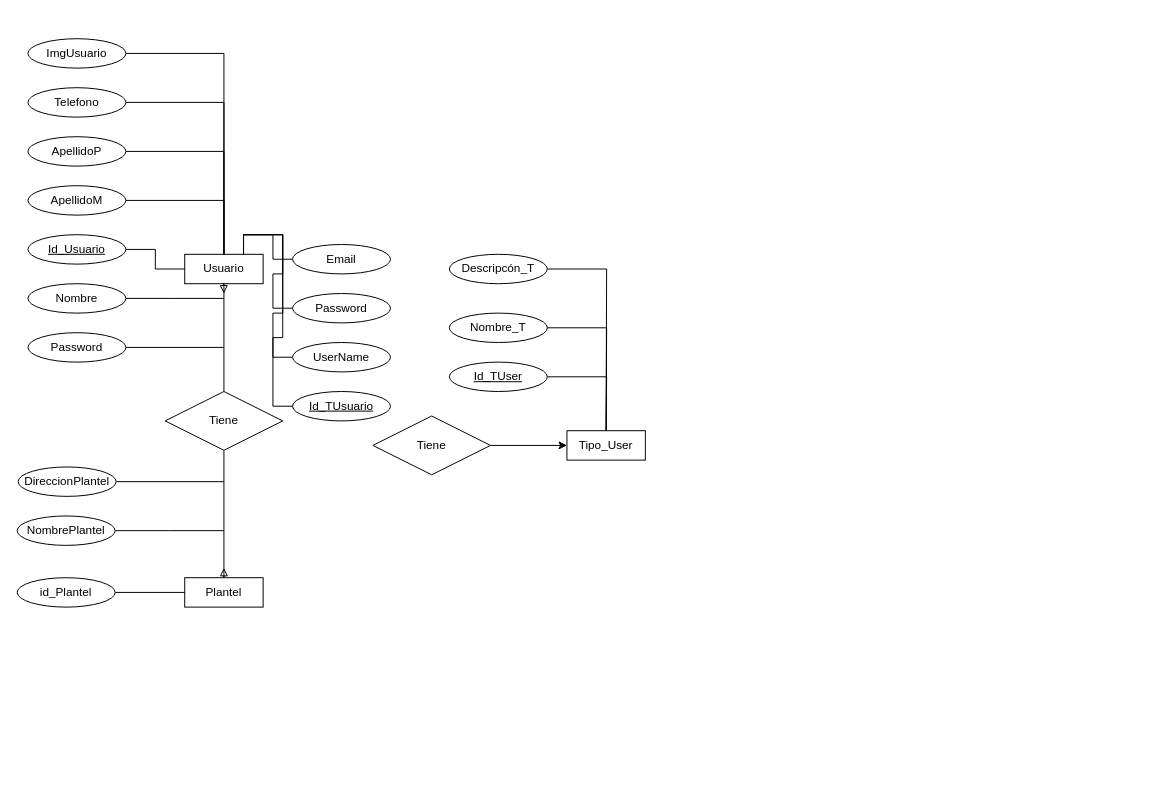
This is NewProyectoBD.drawio from edpedraza-epl/ProyectoDB, a draw.io file, before an edit. Source tidied: cells renumbered, new cells numbered last; positions are measured from the earlier drawing's top-left corner, leaving out a move shared by most shapes. Both pictures are drawn from the tidied source at 98%, with x=0, y=0 at pixel (17, 38).
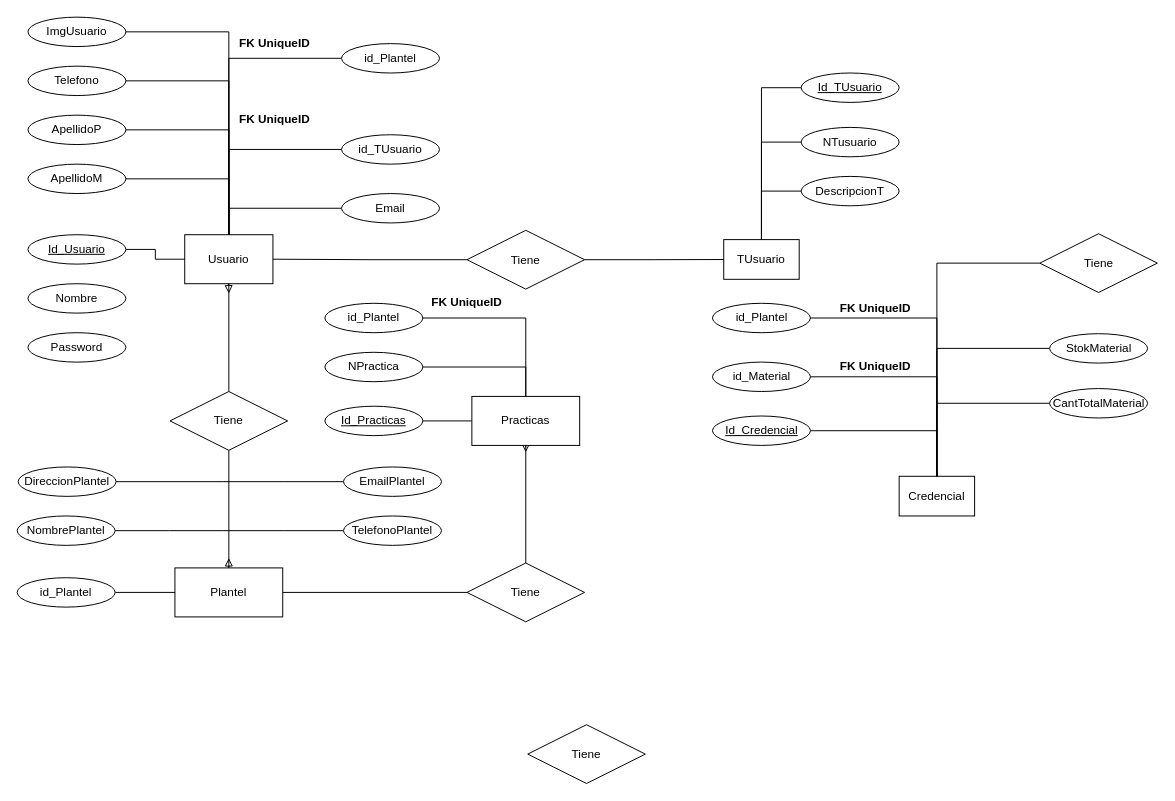
Above is the later version.

Unchanged cells that the change refers to:
```xml
<mxCell id="6" value="Nombre" style="ellipse;whiteSpace=wrap;html=1;align=center;" parent="1" vertex="1">
  <mxGeometry x="11" y="250" width="100" height="30" as="geometry" />
</mxCell>
<mxCell id="33" value="Password" style="ellipse;whiteSpace=wrap;html=1;align=center;" parent="1" vertex="1">
  <mxGeometry x="11" y="300" width="100" height="30" as="geometry" />
</mxCell>
```

The edit, as a diff of the source:
```diff
@@
     <mxCell id="2" value="Usuario" style="whiteSpace=wrap;html=1;align=center;" parent="1" vertex="1">
-      <mxGeometry x="171" y="220" width="80" height="30" as="geometry" />
+      <mxGeometry x="171" y="200" width="90" height="50" as="geometry" />
     </mxCell>
@@
-    <mxCell id="5" style="edgeStyle=orthogonalEdgeStyle;rounded=0;jettySize=auto;html=1;endArrow=none;startFill=0;" parent="1" edge="1" source="6">
-      <mxGeometry relative="1" as="geometry">
-        <mxPoint x="211" y="265" as="targetPoint" />
-      </mxGeometry>
-    </mxCell>
@@
     <mxCell id="8" value="ApellidoM" style="ellipse;whiteSpace=wrap;html=1;align=center;" parent="1" vertex="1">
-      <mxGeometry x="11" y="150" width="100" height="30" as="geometry" />
+      <mxGeometry x="11" y="128" width="100" height="30" as="geometry" />
     </mxCell>
@@
     <mxCell id="10" value="ApellidoP" style="ellipse;whiteSpace=wrap;html=1;align=center;" parent="1" vertex="1">
-      <mxGeometry x="11" y="100" width="100" height="30" as="geometry" />
+      <mxGeometry x="11" y="78" width="100" height="30" as="geometry" />
     </mxCell>
-    <mxCell id="11" style="edgeStyle=orthogonalEdgeStyle;rounded=0;jettySize=auto;html=1;entryX=0.75;entryY=0;entryDx=0;entryDy=0;endArrow=none;startFill=0;" parent="1" edge="1" source="12" target="2">
-      <mxGeometry relative="1" as="geometry" />
-    </mxCell>
+    <mxCell id="46" style="edgeStyle=orthogonalEdgeStyle;rounded=0;jettySize=auto;html=1;entryX=0.5;entryY=0;entryDx=0;entryDy=0;endArrow=none;startFill=0;" parent="1" edge="1" source="12" target="67">
+      <mxGeometry relative="1" as="geometry" />
+    </mxCell>
-    <mxCell id="12" value="Password" style="ellipse;whiteSpace=wrap;html=1;align=center;" parent="1" vertex="1">
-      <mxGeometry x="281" y="260" width="100" height="30" as="geometry" />
+    <mxCell id="12" value="id_Plantel" style="ellipse;whiteSpace=wrap;html=1;align=center;" parent="1" vertex="1">
+      <mxGeometry x="314" y="270" width="100" height="30" as="geometry" />
     </mxCell>
-    <mxCell id="13" style="edgeStyle=orthogonalEdgeStyle;rounded=0;jettySize=auto;html=1;entryX=0.75;entryY=0;entryDx=0;entryDy=0;endArrow=none;startFill=0;" parent="1" edge="1" source="14" target="2">
-      <mxGeometry relative="1" as="geometry" />
-    </mxCell>
+    <mxCell id="47" style="edgeStyle=orthogonalEdgeStyle;rounded=0;jettySize=auto;html=1;entryX=0.5;entryY=0;entryDx=0;entryDy=0;endArrow=none;startFill=0;" parent="1" edge="1" source="14" target="67">
+      <mxGeometry relative="1" as="geometry" />
+    </mxCell>
-    <mxCell id="14" value="UserName" style="ellipse;whiteSpace=wrap;html=1;align=center;" parent="1" vertex="1">
-      <mxGeometry x="281" y="310" width="100" height="30" as="geometry" />
+    <mxCell id="14" value="NPractica" style="ellipse;whiteSpace=wrap;html=1;align=center;" parent="1" vertex="1">
+      <mxGeometry x="314" y="320" width="100" height="30" as="geometry" />
     </mxCell>
-    <mxCell id="15" style="edgeStyle=orthogonalEdgeStyle;rounded=0;jettySize=auto;html=1;entryX=0.75;entryY=0;entryDx=0;entryDy=0;endArrow=none;startFill=0;" parent="1" edge="1" source="16" target="2">
-      <mxGeometry relative="1" as="geometry" />
-    </mxCell>
+    <mxCell id="48" style="edgeStyle=orthogonalEdgeStyle;rounded=0;jettySize=auto;html=1;entryX=0;entryY=0.5;entryDx=0;entryDy=0;startArrow=none;startFill=0;endArrow=none;" parent="1" edge="1" source="16" target="67">
+      <mxGeometry relative="1" as="geometry" />
+    </mxCell>
-    <mxCell id="16" value="Id_TUsuario" style="ellipse;whiteSpace=wrap;html=1;align=center;fontStyle=4;" parent="1" vertex="1">
-      <mxGeometry x="281" y="360" width="100" height="30" as="geometry" />
+    <mxCell id="16" value="Id_Practicas" style="ellipse;whiteSpace=wrap;html=1;align=center;fontStyle=4;" parent="1" vertex="1">
+      <mxGeometry x="314" y="375" width="100" height="30" as="geometry" />
     </mxCell>
-    <mxCell id="17" style="edgeStyle=orthogonalEdgeStyle;rounded=0;jettySize=auto;html=1;entryX=0.75;entryY=0;entryDx=0;entryDy=0;endArrow=none;startFill=0;" parent="1" edge="1" source="18" target="2">
+    <mxCell id="17" style="edgeStyle=orthogonalEdgeStyle;rounded=0;jettySize=auto;html=1;entryX=0.5;entryY=0;entryDx=0;entryDy=0;endArrow=none;startFill=0;" parent="1" edge="1" source="18" target="2">
       <mxGeometry relative="1" as="geometry" />
     </mxCell>
     <mxCell id="18" value="Email" style="ellipse;whiteSpace=wrap;html=1;align=center;" parent="1" vertex="1">
-      <mxGeometry x="281" y="210" width="100" height="30" as="geometry" />
+      <mxGeometry x="331" y="158" width="100" height="30" as="geometry" />
     </mxCell>
-    <mxCell id="19" value="Tipo_User" style="whiteSpace=wrap;html=1;align=center;" parent="1" vertex="1">
-      <mxGeometry x="561" y="400" width="80" height="30" as="geometry" />
+    <mxCell id="19" value="TUsuario" style="whiteSpace=wrap;html=1;align=center;" parent="1" vertex="1">
+      <mxGeometry x="721" y="205" width="77" height="40.5" as="geometry" />
     </mxCell>
-    <mxCell id="20" style="edgeStyle=orthogonalEdgeStyle;rounded=0;jettySize=auto;html=1;entryX=0.5;entryY=0;entryDx=0;entryDy=0;endArrow=none;startFill=0;" parent="1" edge="1" source="21">
-      <mxGeometry relative="1" as="geometry">
-        <mxPoint x="601" y="400" as="targetPoint" />
-      </mxGeometry>
-    </mxCell>
+    <mxCell id="49" style="edgeStyle=orthogonalEdgeStyle;rounded=0;jettySize=auto;html=1;endArrow=none;startFill=0;" parent="1" edge="1" source="21" target="19">
+      <mxGeometry relative="1" as="geometry" />
+    </mxCell>
-    <mxCell id="21" value="Id_TUser" style="ellipse;whiteSpace=wrap;html=1;align=center;fontStyle=4;" parent="1" vertex="1">
-      <mxGeometry x="441" y="330" width="100" height="30" as="geometry" />
+    <mxCell id="21" value="Id_TUsuario" style="ellipse;whiteSpace=wrap;html=1;align=center;fontStyle=4;" parent="1" vertex="1">
+      <mxGeometry x="800" y="35" width="100" height="30" as="geometry" />
     </mxCell>
-    <mxCell id="22" style="edgeStyle=orthogonalEdgeStyle;rounded=0;jettySize=auto;html=1;entryX=0.5;entryY=0;entryDx=0;entryDy=0;endArrow=none;startFill=0;" parent="1" edge="1" source="23">
-      <mxGeometry relative="1" as="geometry">
-        <mxPoint x="601" y="400" as="targetPoint" />
-      </mxGeometry>
-    </mxCell>
+    <mxCell id="50" style="edgeStyle=orthogonalEdgeStyle;rounded=0;jettySize=auto;html=1;endArrow=none;startFill=0;" parent="1" edge="1" source="23" target="19">
+      <mxGeometry relative="1" as="geometry" />
+    </mxCell>
-    <mxCell id="23" value="Nombre_T" style="ellipse;whiteSpace=wrap;html=1;align=center;" parent="1" vertex="1">
-      <mxGeometry x="441" y="280" width="100" height="30" as="geometry" />
+    <mxCell id="23" value="NTusuario" style="ellipse;whiteSpace=wrap;html=1;align=center;" parent="1" vertex="1">
+      <mxGeometry x="800" y="90.5" width="100" height="30" as="geometry" />
     </mxCell>
-    <mxCell id="24" style="edgeStyle=orthogonalEdgeStyle;rounded=0;jettySize=auto;html=1;entryX=0.5;entryY=0;entryDx=0;entryDy=0;endArrow=none;startFill=0;" parent="1" edge="1" source="25">
-      <mxGeometry relative="1" as="geometry">
-        <mxPoint x="601" y="400" as="targetPoint" />
-      </mxGeometry>
-    </mxCell>
+    <mxCell id="51" style="edgeStyle=orthogonalEdgeStyle;rounded=0;jettySize=auto;html=1;entryX=0.5;entryY=0;entryDx=0;entryDy=0;endArrow=none;startFill=0;" parent="1" edge="1" source="25" target="19">
+      <mxGeometry relative="1" as="geometry" />
+    </mxCell>
-    <mxCell id="25" value="Descripcón_T" style="ellipse;whiteSpace=wrap;html=1;align=center;" parent="1" vertex="1">
-      <mxGeometry x="441" y="220" width="100" height="30" as="geometry" />
+    <mxCell id="25" value="DescripcionT" style="ellipse;whiteSpace=wrap;html=1;align=center;" parent="1" vertex="1">
+      <mxGeometry x="800" y="140.5" width="100" height="30" as="geometry" />
     </mxCell>
-    <mxCell id="26" style="edgeStyle=orthogonalEdgeStyle;rounded=0;jettySize=auto;html=1;" parent="1" edge="1" source="27" target="19">
+    <mxCell id="26" style="edgeStyle=orthogonalEdgeStyle;rounded=0;jettySize=auto;html=1;endArrow=none;startFill=0;" parent="1" edge="1" source="27" target="19">
       <mxGeometry relative="1" as="geometry" />
     </mxCell>
+    <mxCell id="52" style="edgeStyle=orthogonalEdgeStyle;rounded=0;jettySize=auto;html=1;entryX=1;entryY=0.5;entryDx=0;entryDy=0;endArrow=none;startFill=0;" parent="1" edge="1" source="27" target="2">
+      <mxGeometry relative="1" as="geometry" />
+    </mxCell>
     <mxCell id="27" value="Tiene" style="shape=rhombus;perimeter=rhombusPerimeter;whiteSpace=wrap;html=1;align=center;" parent="1" vertex="1">
-      <mxGeometry x="363" y="385" width="120" height="60" as="geometry" />
+      <mxGeometry x="459" y="195.5" width="120" height="60" as="geometry" />
     </mxCell>
@@
     <mxCell id="29" value="ImgUsuario" style="ellipse;whiteSpace=wrap;html=1;align=center;" parent="1" vertex="1">
-      <mxGeometry x="11" width="100" height="30" as="geometry" />
+      <mxGeometry x="11" y="-22" width="100" height="30" as="geometry" />
     </mxCell>
@@
     <mxCell id="31" value="Telefono" style="ellipse;whiteSpace=wrap;html=1;align=center;" parent="1" vertex="1">
-      <mxGeometry x="11" y="50" width="100" height="30" as="geometry" />
+      <mxGeometry x="11" y="28" width="100" height="30" as="geometry" />
     </mxCell>
-    <mxCell id="32" style="edgeStyle=orthogonalEdgeStyle;rounded=0;jettySize=auto;html=1;endArrow=none;startFill=0;" parent="1" edge="1" source="33">
-      <mxGeometry relative="1" as="geometry">
-        <mxPoint x="211" y="315" as="targetPoint" />
-      </mxGeometry>
-    </mxCell>
@@
     <mxCell id="34" style="edgeStyle=orthogonalEdgeStyle;rounded=0;orthogonalLoop=1;jettySize=auto;html=1;endArrow=block;endFill=0;startFill=0;" parent="1" edge="1">
       <mxGeometry relative="1" as="geometry">
-        <mxPoint x="210.8" y="250" as="sourcePoint" />
-        <mxPoint x="211" y="260" as="targetPoint" />
+        <mxPoint x="215.8" y="250" as="sourcePoint" />
+        <mxPoint x="216" y="260" as="targetPoint" />
       </mxGeometry>
     </mxCell>
+    <mxCell id="36" style="edgeStyle=orthogonalEdgeStyle;rounded=0;jettySize=auto;html=1;endArrow=none;startFill=0;entryX=0.5;entryY=1;entryDx=0;entryDy=0;" parent="1" edge="1" source="37" target="2">
+      <mxGeometry relative="1" as="geometry" />
+    </mxCell>
@@
-    <mxCell id="36" style="edgeStyle=orthogonalEdgeStyle;rounded=0;jettySize=auto;html=1;endArrow=none;startFill=0;" parent="1" edge="1" source="37">
-      <mxGeometry relative="1" as="geometry">
-        <mxPoint x="211" y="249.1" as="targetPoint" />
-      </mxGeometry>
-    </mxCell>
     <mxCell id="37" value="Tiene" style="shape=rhombus;perimeter=rhombusPerimeter;whiteSpace=wrap;html=1;align=center;" parent="1" vertex="1">
-      <mxGeometry x="151" y="360" width="120" height="60" as="geometry" />
+      <mxGeometry x="156" y="360" width="120" height="60" as="geometry" />
     </mxCell>
     <mxCell id="38" style="edgeStyle=orthogonalEdgeStyle;rounded=0;orthogonalLoop=1;jettySize=auto;html=1;endArrow=block;endFill=0;" parent="1" edge="1">
       <mxGeometry relative="1" as="geometry">
-        <mxPoint x="211" y="550" as="sourcePoint" />
-        <mxPoint x="211" y="540" as="targetPoint" />
+        <mxPoint x="216" y="550" as="sourcePoint" />
+        <mxPoint x="216" y="530" as="targetPoint" />
       </mxGeometry>
     </mxCell>
     <mxCell id="39" value="Plantel" style="whiteSpace=wrap;html=1;align=center;" parent="1" vertex="1">
-      <mxGeometry x="171" y="550" width="80" height="30" as="geometry" />
+      <mxGeometry x="161" y="540" width="110" height="50" as="geometry" />
     </mxCell>
@@
+    <mxCell id="53" style="edgeStyle=orthogonalEdgeStyle;rounded=0;jettySize=auto;html=1;endArrow=none;startFill=0;" parent="1" edge="1" source="54">
+      <mxGeometry relative="1" as="geometry">
+        <mxPoint x="211" y="452" as="targetPoint" />
+      </mxGeometry>
+    </mxCell>
+    <mxCell id="54" value="EmailPlantel" style="ellipse;whiteSpace=wrap;html=1;align=center;" parent="1" vertex="1">
+      <mxGeometry x="333" y="437" width="100" height="30" as="geometry" />
+    </mxCell>
+    <mxCell id="55" style="edgeStyle=orthogonalEdgeStyle;rounded=0;jettySize=auto;html=1;startArrow=none;startFill=0;endArrow=none;" parent="1" edge="1" source="56">
+      <mxGeometry relative="1" as="geometry">
+        <mxPoint x="211" y="502" as="targetPoint" />
+      </mxGeometry>
+    </mxCell>
+    <mxCell id="56" value="TelefonoPlantel" style="ellipse;whiteSpace=wrap;html=1;align=center;" parent="1" vertex="1">
+      <mxGeometry x="333" y="487" width="100" height="30" as="geometry" />
+    </mxCell>
+    <mxCell id="57" style="edgeStyle=orthogonalEdgeStyle;rounded=0;jettySize=auto;html=1;endArrow=none;startFill=0;" parent="1" edge="1" source="58" target="2">
+      <mxGeometry relative="1" as="geometry" />
+    </mxCell>
+    <mxCell id="58" value="id_Plantel" style="ellipse;whiteSpace=wrap;html=1;align=center;" parent="1" vertex="1">
+      <mxGeometry x="331" y="5" width="100" height="30" as="geometry" />
+    </mxCell>
+    <mxCell id="59" style="edgeStyle=orthogonalEdgeStyle;rounded=0;jettySize=auto;html=1;entryX=0.5;entryY=0;entryDx=0;entryDy=0;endArrow=none;endFill=1;startFill=0;" parent="1" edge="1" source="60" target="2">
+      <mxGeometry relative="1" as="geometry" />
+    </mxCell>
+    <mxCell id="60" value="id_TUsuario" style="ellipse;whiteSpace=wrap;html=1;align=center;" parent="1" vertex="1">
+      <mxGeometry x="331" y="98" width="100" height="30" as="geometry" />
+    </mxCell>
+    <mxCell id="61" value="&lt;b&gt;FK UniqueID&lt;/b&gt;" style="text;html=1;align=center;verticalAlign=middle;whiteSpace=wrap;rounded=0;" parent="1" vertex="1">
+      <mxGeometry x="218" y="-10" width="90" height="30" as="geometry" />
+    </mxCell>
+    <mxCell id="62" value="&lt;b&gt;FK UniqueID&lt;/b&gt;" style="text;html=1;align=center;verticalAlign=middle;whiteSpace=wrap;rounded=0;" parent="1" vertex="1">
+      <mxGeometry x="218" y="68" width="90" height="30" as="geometry" />
+    </mxCell>
+    <mxCell id="63" style="edgeStyle=orthogonalEdgeStyle;rounded=0;jettySize=auto;html=1;endArrow=none;startFill=0;" parent="1" edge="1" source="64" target="39">
+      <mxGeometry relative="1" as="geometry" />
+    </mxCell>
+    <mxCell id="64" value="Tiene" style="shape=rhombus;perimeter=rhombusPerimeter;whiteSpace=wrap;html=1;align=center;" parent="1" vertex="1">
+      <mxGeometry x="459" y="535" width="120" height="60" as="geometry" />
+    </mxCell>
+    <mxCell id="65" style="edgeStyle=orthogonalEdgeStyle;rounded=0;orthogonalLoop=1;jettySize=auto;html=1;endArrow=block;endFill=0;" parent="1" edge="1">
+      <mxGeometry relative="1" as="geometry">
+        <mxPoint x="519" y="417" as="sourcePoint" />
+        <mxPoint x="519" y="422" as="targetPoint" />
+      </mxGeometry>
+    </mxCell>
+    <mxCell id="66" style="edgeStyle=orthogonalEdgeStyle;rounded=0;jettySize=auto;html=1;entryX=0.5;entryY=0;entryDx=0;entryDy=0;endArrow=none;startFill=0;" parent="1" edge="1" source="67" target="64">
+      <mxGeometry relative="1" as="geometry" />
+    </mxCell>
+    <mxCell id="67" value="Practicas" style="whiteSpace=wrap;html=1;align=center;" parent="1" vertex="1">
+      <mxGeometry x="464" y="365" width="110" height="50" as="geometry" />
+    </mxCell>
+    <mxCell id="68" value="&lt;b&gt;FK UniqueID&lt;/b&gt;" style="text;html=1;align=center;verticalAlign=middle;whiteSpace=wrap;rounded=0;" parent="1" vertex="1">
+      <mxGeometry x="414" y="254" width="90" height="30" as="geometry" />
+    </mxCell>
+    <mxCell id="69" value="Tiene" style="shape=rhombus;perimeter=rhombusPerimeter;whiteSpace=wrap;html=1;align=center;" parent="1" vertex="1">
+      <mxGeometry x="521" y="700" width="120" height="60" as="geometry" />
+    </mxCell>
+    <mxCell id="70" value="Credencial" style="whiteSpace=wrap;html=1;align=center;" parent="1" vertex="1">
+      <mxGeometry x="900" y="446.5" width="77" height="40.5" as="geometry" />
+    </mxCell>
+    <mxCell id="71" style="edgeStyle=orthogonalEdgeStyle;rounded=0;jettySize=auto;html=1;entryX=0.5;entryY=0;entryDx=0;entryDy=0;endArrow=none;startFill=0;" parent="1" edge="1" source="72" target="70">
+      <mxGeometry relative="1" as="geometry" />
+    </mxCell>
+    <mxCell id="72" value="id_Plantel" style="ellipse;whiteSpace=wrap;html=1;align=center;" parent="1" vertex="1">
+      <mxGeometry x="709.5" y="270" width="100" height="30" as="geometry" />
+    </mxCell>
+    <mxCell id="73" style="edgeStyle=orthogonalEdgeStyle;rounded=0;jettySize=auto;html=1;entryX=0.5;entryY=0;entryDx=0;entryDy=0;endArrow=none;startFill=0;" parent="1" edge="1" source="74" target="70">
+      <mxGeometry relative="1" as="geometry" />
+    </mxCell>
+    <mxCell id="74" value="id_Material" style="ellipse;whiteSpace=wrap;html=1;align=center;" parent="1" vertex="1">
+      <mxGeometry x="709.5" y="330" width="100" height="30" as="geometry" />
+    </mxCell>
+    <mxCell id="75" style="edgeStyle=orthogonalEdgeStyle;rounded=0;jettySize=auto;html=1;endArrow=none;startFill=0;" parent="1" edge="1" source="76" target="70">
+      <mxGeometry relative="1" as="geometry" />
+    </mxCell>
+    <mxCell id="76" value="Id_Credencial" style="ellipse;whiteSpace=wrap;html=1;align=center;fontStyle=4;" parent="1" vertex="1">
+      <mxGeometry x="709.5" y="385" width="100" height="30" as="geometry" />
+    </mxCell>
+    <mxCell id="77" value="&lt;b&gt;FK UniqueID&lt;/b&gt;" style="text;html=1;align=center;verticalAlign=middle;whiteSpace=wrap;rounded=0;" parent="1" vertex="1">
+      <mxGeometry x="831" y="260" width="90" height="30" as="geometry" />
+    </mxCell>
+    <mxCell id="78" value="&lt;b&gt;FK UniqueID&lt;/b&gt;" style="text;html=1;align=center;verticalAlign=middle;whiteSpace=wrap;rounded=0;" parent="1" vertex="1">
+      <mxGeometry x="831" y="320" width="90" height="30" as="geometry" />
+    </mxCell>
+    <mxCell id="79" style="edgeStyle=orthogonalEdgeStyle;rounded=0;jettySize=auto;html=1;endArrow=none;startFill=0;" parent="1" edge="1" source="80" target="70">
+      <mxGeometry relative="1" as="geometry" />
+    </mxCell>
+    <mxCell id="80" value="StokMaterial" style="ellipse;whiteSpace=wrap;html=1;align=center;" parent="1" vertex="1">
+      <mxGeometry x="1053.5" y="301" width="100" height="30" as="geometry" />
+    </mxCell>
+    <mxCell id="81" style="edgeStyle=orthogonalEdgeStyle;rounded=0;jettySize=auto;html=1;entryX=0.5;entryY=0;entryDx=0;entryDy=0;endArrow=none;startFill=0;" parent="1" edge="1" source="82" target="70">
+      <mxGeometry relative="1" as="geometry" />
+    </mxCell>
+    <mxCell id="82" value="CantTotalMaterial" style="ellipse;whiteSpace=wrap;html=1;align=center;" parent="1" vertex="1">
+      <mxGeometry x="1053.5" y="357" width="100" height="30" as="geometry" />
+    </mxCell>
+    <mxCell id="83" style="edgeStyle=orthogonalEdgeStyle;rounded=0;jettySize=auto;html=1;entryX=0.5;entryY=0;entryDx=0;entryDy=0;endArrow=none;startFill=0;" parent="1" edge="1" source="84" target="70">
+      <mxGeometry relative="1" as="geometry" />
+    </mxCell>
+    <mxCell id="84" value="Tiene" style="shape=rhombus;perimeter=rhombusPerimeter;whiteSpace=wrap;html=1;align=center;" parent="1" vertex="1">
+      <mxGeometry x="1043.5" y="199" width="120" height="60" as="geometry" />
+    </mxCell>
```
